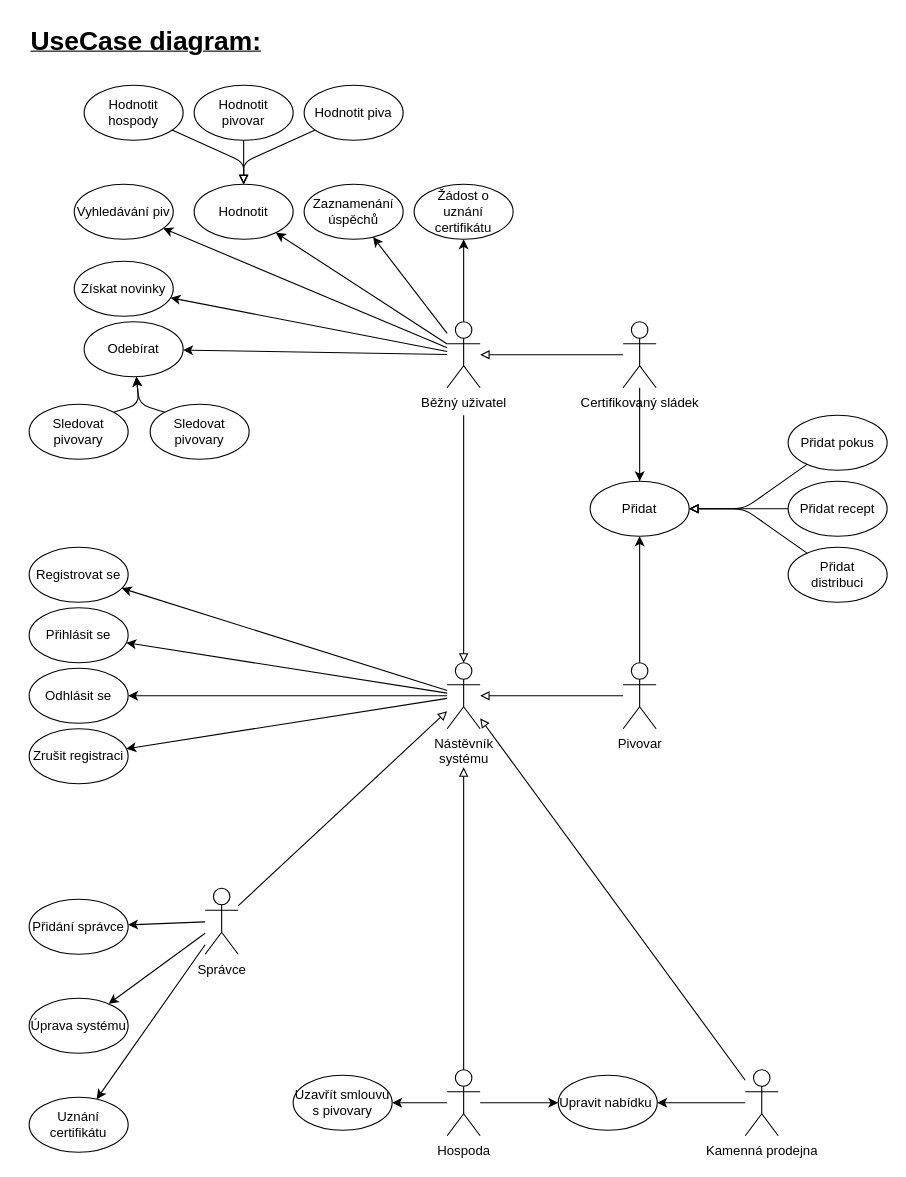
The draw.io diagram IUS/IUS_projekt/UseCase.drawio in dan1235689/Diagrams, before the edit. Source tidied: cells renumbered, new cells numbered last; positions are measured from the earlier drawing's top-left corner, leaving out a move shared by most shapes. Both pictures are drawn from the tidied source at 110%, with x=0, y=0 at pixel (19, 19).
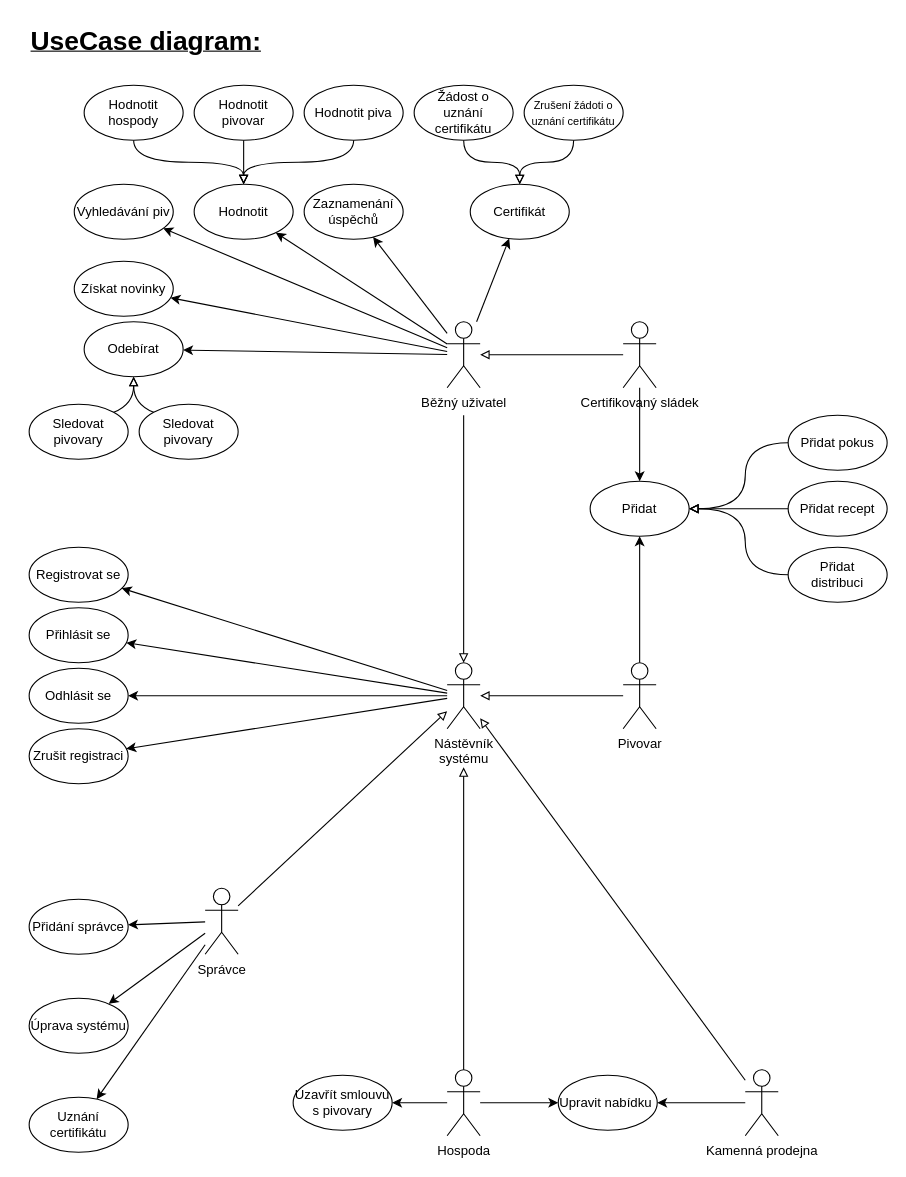
The same diagram, later.

Unchanged cells that the change refers to:
```xml
<mxCell id="10" value="Hodnotit hospody" style="ellipse;whiteSpace=wrap;html=1;" parent="1" vertex="1">
  <mxGeometry x="59" y="60" width="90" height="50" as="geometry" />
</mxCell>
<mxCell id="13" value="Odebírat" style="ellipse;whiteSpace=wrap;html=1;" parent="1" vertex="1">
  <mxGeometry x="59" y="275" width="90" height="50" as="geometry" />
</mxCell>
<mxCell id="15" value="Přidat" style="ellipse;whiteSpace=wrap;html=1;" parent="1" vertex="1">
  <mxGeometry x="519" y="420" width="90" height="50" as="geometry" />
</mxCell>
<mxCell id="19" value="Přidat&lt;br&gt;distribuci" style="ellipse;whiteSpace=wrap;html=1;" parent="1" vertex="1">
  <mxGeometry x="699" y="480" width="90" height="50" as="geometry" />
</mxCell>
<mxCell id="30" value="Hodnotit piva" style="ellipse;whiteSpace=wrap;html=1;" parent="1" vertex="1">
  <mxGeometry x="259" y="60" width="90" height="50" as="geometry" />
</mxCell>
<mxCell id="48" value="Hodnotit" style="ellipse;whiteSpace=wrap;html=1;" parent="1" vertex="1">
  <mxGeometry x="159" y="150" width="90" height="50" as="geometry" />
</mxCell>
<mxCell id="50" value="Přidat pokus" style="ellipse;whiteSpace=wrap;html=1;" parent="1" vertex="1">
  <mxGeometry x="699" y="360" width="90" height="50" as="geometry" />
</mxCell>
<mxCell id="61" value="Sledovat pivovary" style="ellipse;whiteSpace=wrap;html=1;" parent="1" vertex="1">
  <mxGeometry x="9" y="350" width="90" height="50" as="geometry" />
</mxCell>
```

Change to the diagram source:
```diff
@@
-    <mxCell id="9" style="edgeStyle=none;html=1;endArrow=block;endFill=0;" parent="1" edge="1" source="10" target="48">
+    <mxCell id="9" style="edgeStyle=orthogonalEdgeStyle;html=1;endArrow=block;endFill=0;curved=1;" parent="1" edge="1" source="10" target="48">
       <mxGeometry relative="1" as="geometry">
         <Array as="points">
+          <mxPoint x="104" y="130" />
           <mxPoint x="204" y="130" />
         </Array>
       </mxGeometry>
     </mxCell>
@@
-    <mxCell id="18" style="edgeStyle=none;html=1;endArrow=block;endFill=0;" parent="1" edge="1" source="19" target="15">
+    <mxCell id="18" style="edgeStyle=orthogonalEdgeStyle;html=1;endArrow=block;endFill=0;curved=1;" parent="1" edge="1" source="19" target="15">
       <mxGeometry relative="1" as="geometry">
         <Array as="points">
-          <mxPoint x="659" y="445" />
+          <mxPoint x="660" y="505" />
+          <mxPoint x="660" y="445" />
         </Array>
       </mxGeometry>
     </mxCell>
@@
-    <mxCell id="29" style="edgeStyle=none;html=1;endArrow=block;endFill=0;" parent="1" edge="1" source="30" target="48">
+    <mxCell id="29" style="edgeStyle=orthogonalEdgeStyle;html=1;endArrow=block;endFill=0;curved=1;" parent="1" edge="1" source="30" target="48">
       <mxGeometry relative="1" as="geometry">
         <Array as="points">
+          <mxPoint x="304" y="130" />
           <mxPoint x="204" y="130" />
         </Array>
       </mxGeometry>
     </mxCell>
@@
-    <mxCell id="49" style="edgeStyle=none;html=1;endArrow=block;endFill=0;" parent="1" edge="1" source="50" target="15">
+    <mxCell id="49" style="edgeStyle=orthogonalEdgeStyle;html=1;endArrow=block;endFill=0;curved=1;" parent="1" edge="1" source="50" target="15">
       <mxGeometry relative="1" as="geometry">
         <Array as="points">
-          <mxPoint x="659" y="445" />
+          <mxPoint x="660" y="385" />
+          <mxPoint x="660" y="445" />
         </Array>
       </mxGeometry>
     </mxCell>
@@
-    <mxCell id="53" value="Žádost o&lt;br&gt;uznání certifikátu" style="ellipse;whiteSpace=wrap;html=1;" parent="1" vertex="1">
-      <mxGeometry x="359" y="150" width="90" height="50" as="geometry" />
+    <mxCell id="53" value="Certifikát" style="ellipse;whiteSpace=wrap;html=1;" parent="1" vertex="1">
+      <mxGeometry x="410" y="150" width="90" height="50" as="geometry" />
     </mxCell>
@@
-    <mxCell id="58" style="edgeStyle=none;html=1;exitX=0;exitY=0;exitDx=0;exitDy=0;" parent="1" edge="1" source="59" target="13">
+    <mxCell id="58" style="edgeStyle=none;html=1;exitX=0;exitY=0;exitDx=0;exitDy=0;curved=1;endArrow=block;endFill=0;" parent="1" edge="1" source="59" target="13">
       <mxGeometry relative="1" as="geometry">
         <Array as="points">
-          <mxPoint x="109" y="350" />
+          <mxPoint x="104" y="350" />
         </Array>
       </mxGeometry>
     </mxCell>
     <mxCell id="59" value="Sledovat pivovary" style="ellipse;whiteSpace=wrap;html=1;" parent="1" vertex="1">
-      <mxGeometry x="119" y="350" width="90" height="50" as="geometry" />
+      <mxGeometry x="109" y="350" width="90" height="50" as="geometry" />
     </mxCell>
-    <mxCell id="60" style="edgeStyle=none;html=1;exitX=1;exitY=0;exitDx=0;exitDy=0;" parent="1" edge="1" source="61" target="13">
+    <mxCell id="60" style="edgeStyle=none;html=1;exitX=1;exitY=0;exitDx=0;exitDy=0;curved=1;endArrow=block;endFill=0;" parent="1" edge="1" source="61" target="13">
       <mxGeometry relative="1" as="geometry">
         <Array as="points">
-          <mxPoint x="109" y="350" />
+          <mxPoint x="104" y="350" />
         </Array>
       </mxGeometry>
     </mxCell>
@@
+    <mxCell id="66" style="jettySize=auto;html=1;exitX=0.5;exitY=1;exitDx=0;exitDy=0;edgeStyle=orthogonalEdgeStyle;curved=1;endArrow=block;endFill=0;" parent="1" edge="1" source="67" target="53">
+      <mxGeometry relative="1" as="geometry" />
+    </mxCell>
+    <mxCell id="67" value="Žádost o&lt;br&gt;uznání certifikátu" style="ellipse;whiteSpace=wrap;html=1;" parent="1" vertex="1">
+      <mxGeometry x="359" y="60" width="90" height="50" as="geometry" />
+    </mxCell>
+    <mxCell id="68" style="edgeStyle=orthogonalEdgeStyle;jettySize=auto;html=1;exitX=0.5;exitY=1;exitDx=0;exitDy=0;curved=1;endArrow=block;endFill=0;" parent="1" edge="1" source="69" target="53">
+      <mxGeometry relative="1" as="geometry" />
+    </mxCell>
+    <mxCell id="69" value="&lt;font style=&quot;font-size: 10px;&quot;&gt;Zrušení žádoti o uznání certifikátu&lt;/font&gt;" style="ellipse;whiteSpace=wrap;html=1;" parent="1" vertex="1">
+      <mxGeometry x="459" y="60" width="90" height="50" as="geometry" />
+    </mxCell>
```
